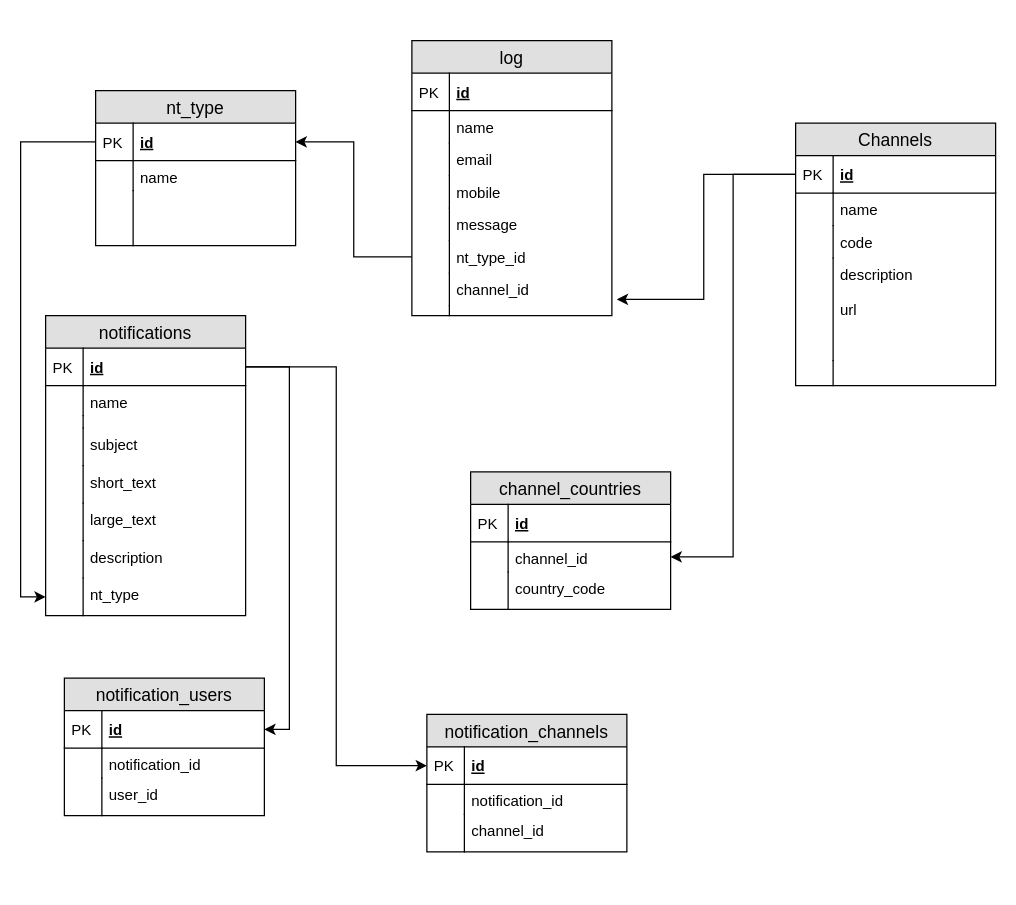
abdonor/drawings keeps this draw.io diagram as notification.drawio. Above is the earlier version. Source tidied: cells renumbered, new cells numbered last; positions are measured from the earlier drawing's top-left corner, leaving out a move shared by most shapes. Both pictures are drawn from the tidied source at 125%, with x=0, y=0 at pixel (45, 40).
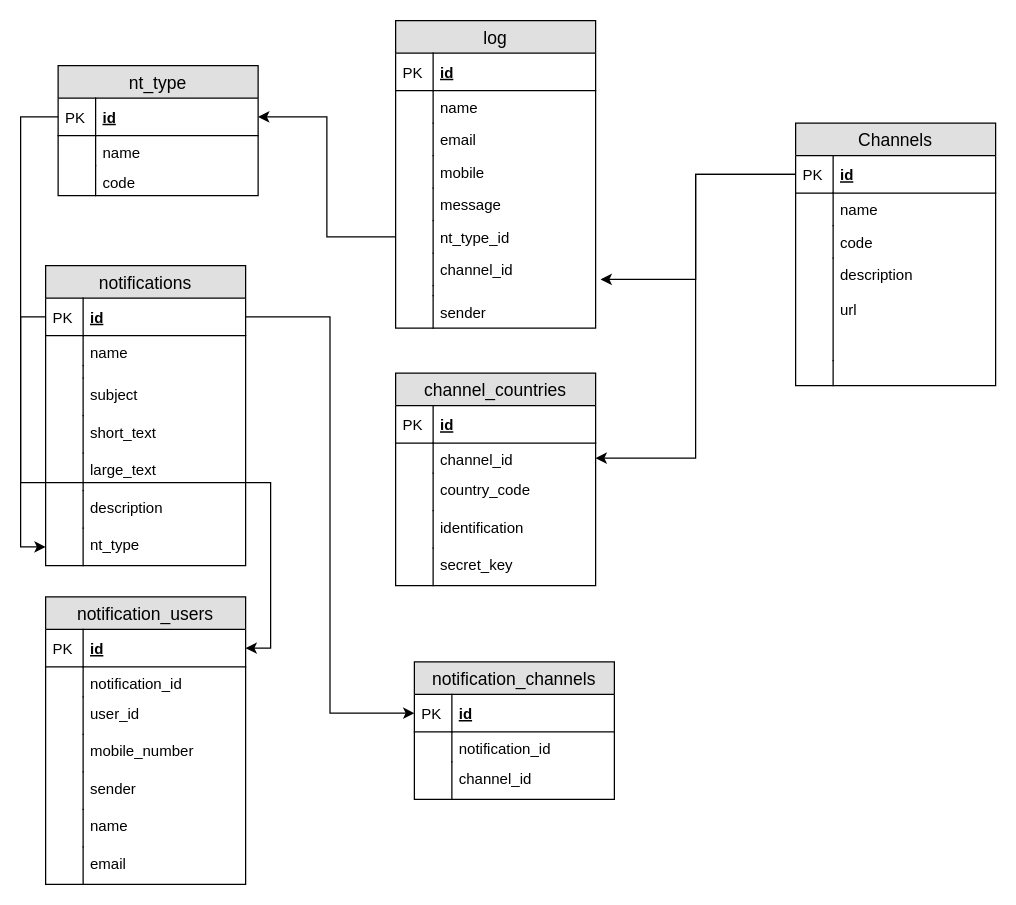
The same page after the edit.

The edit, as a diff of the source:
```diff
@@
     <mxCell id="13" value="nt_type" style="swimlane;fontStyle=0;horizontal=1;startSize=26;fillColor=#e0e0e0;swimlaneFillColor=#ffffff;align=center;fontSize=14;" parent="1" vertex="1">
-      <mxGeometry x="40" y="40" width="160" height="124" as="geometry" />
+      <mxGeometry x="10" y="20" width="160" height="104" as="geometry" />
     </mxCell>
@@
-    <mxCell id="18" style="shape=partialRectangle;top=0;left=0;right=0;bottom=0;align=left;verticalAlign=top;fillColor=none;spacingLeft=34;spacingRight=4;overflow=hidden;fontSize=12;" parent="13" vertex="1">
-      <mxGeometry y="80" width="160" height="44" as="geometry" />
-    </mxCell>
-    <mxCell id="19" style="shape=partialRectangle;top=0;left=0;bottom=0;fillColor=none;align=left;verticalAlign=top;spacingLeft=4;spacingRight=4;overflow=hidden;fontSize=12;" parent="18" vertex="1">
-      <mxGeometry width="30" height="44" as="geometry" />
-    </mxCell>
+    <mxCell id="81" value="code" style="shape=partialRectangle;top=0;left=0;right=0;bottom=0;align=left;verticalAlign=top;fillColor=none;spacingLeft=34;spacingRight=4;overflow=hidden;fontSize=12;" parent="13" vertex="1">
+      <mxGeometry y="80" width="160" height="24" as="geometry" />
+    </mxCell>
+    <mxCell id="82" style="shape=partialRectangle;top=0;left=0;bottom=0;fillColor=none;align=left;verticalAlign=top;spacingLeft=4;spacingRight=4;overflow=hidden;fontSize=12;" parent="81" vertex="1">
+      <mxGeometry width="30" height="24" as="geometry" />
+    </mxCell>
     <mxCell id="20" value="log" style="swimlane;fontStyle=0;horizontal=1;startSize=26;fillColor=#e0e0e0;swimlaneFillColor=#ffffff;align=center;fontSize=14;" parent="1" vertex="1">
-      <mxGeometry x="293" width="160" height="220" as="geometry" />
+      <mxGeometry x="280" y="-16" width="160" height="246" as="geometry" />
     </mxCell>
@@
+    <mxCell id="83" value="sender" style="shape=partialRectangle;top=0;left=0;right=0;bottom=0;align=left;verticalAlign=top;fillColor=none;spacingLeft=34;spacingRight=4;overflow=hidden;fontSize=12;" parent="20" vertex="1">
+      <mxGeometry y="220" width="160" height="26" as="geometry" />
+    </mxCell>
+    <mxCell id="84" style="shape=partialRectangle;top=0;left=0;bottom=0;fillColor=none;align=left;verticalAlign=top;spacingLeft=4;spacingRight=4;overflow=hidden;fontSize=12;" parent="83" vertex="1">
+      <mxGeometry width="30" height="26" as="geometry" />
+    </mxCell>
     <mxCell id="37" value="notifications" style="swimlane;fontStyle=0;horizontal=1;startSize=26;fillColor=#e0e0e0;swimlaneFillColor=#ffffff;align=center;fontSize=14;" parent="1" vertex="1">
-      <mxGeometry y="220" width="160" height="240" as="geometry" />
+      <mxGeometry y="180" width="160" height="240" as="geometry" />
     </mxCell>
@@
     <mxCell id="54" value="channel_countries" style="swimlane;fontStyle=0;horizontal=1;startSize=26;fillColor=#e0e0e0;swimlaneFillColor=#ffffff;align=center;fontSize=14;" parent="1" vertex="1">
-      <mxGeometry x="340" y="345" width="160" height="110" as="geometry" />
+      <mxGeometry x="280" y="266" width="160" height="170" as="geometry" />
     </mxCell>
@@
+    <mxCell id="85" value="identification" style="shape=partialRectangle;top=0;left=0;right=0;bottom=0;align=left;verticalAlign=top;fillColor=none;spacingLeft=34;spacingRight=4;overflow=hidden;fontSize=12;" parent="54" vertex="1">
+      <mxGeometry y="110" width="160" height="30" as="geometry" />
+    </mxCell>
+    <mxCell id="86" style="shape=partialRectangle;top=0;left=0;bottom=0;fillColor=none;align=left;verticalAlign=top;spacingLeft=4;spacingRight=4;overflow=hidden;fontSize=12;" parent="85" vertex="1">
+      <mxGeometry width="30" height="30" as="geometry" />
+    </mxCell>
+    <mxCell id="87" value="secret_key" style="shape=partialRectangle;top=0;left=0;right=0;bottom=0;align=left;verticalAlign=top;fillColor=none;spacingLeft=34;spacingRight=4;overflow=hidden;fontSize=12;" parent="54" vertex="1">
+      <mxGeometry y="140" width="160" height="30" as="geometry" />
+    </mxCell>
+    <mxCell id="88" style="shape=partialRectangle;top=0;left=0;bottom=0;fillColor=none;align=left;verticalAlign=top;spacingLeft=4;spacingRight=4;overflow=hidden;fontSize=12;" parent="87" vertex="1">
+      <mxGeometry width="30" height="30" as="geometry" />
+    </mxCell>
     <mxCell id="61" value="notification_channels" style="swimlane;fontStyle=0;horizontal=1;startSize=26;fillColor=#e0e0e0;swimlaneFillColor=#ffffff;align=center;fontSize=14;" parent="1" vertex="1">
-      <mxGeometry x="305" y="539" width="160" height="110" as="geometry" />
+      <mxGeometry x="295" y="497" width="160" height="110" as="geometry" />
     </mxCell>
@@
     <mxCell id="68" value="notification_users" style="swimlane;fontStyle=0;horizontal=1;startSize=26;fillColor=#e0e0e0;swimlaneFillColor=#ffffff;align=center;fontSize=14;" parent="1" vertex="1">
-      <mxGeometry x="15" y="510" width="160" height="110" as="geometry" />
+      <mxGeometry y="445" width="160" height="230" as="geometry" />
     </mxCell>
@@
+    <mxCell id="89" value="mobile_number" style="shape=partialRectangle;top=0;left=0;right=0;bottom=0;align=left;verticalAlign=top;fillColor=none;spacingLeft=34;spacingRight=4;overflow=hidden;fontSize=12;" parent="68" vertex="1">
+      <mxGeometry y="110" width="160" height="30" as="geometry" />
+    </mxCell>
+    <mxCell id="90" style="shape=partialRectangle;top=0;left=0;bottom=0;fillColor=none;align=left;verticalAlign=top;spacingLeft=4;spacingRight=4;overflow=hidden;fontSize=12;" parent="89" vertex="1">
+      <mxGeometry width="30" height="30" as="geometry" />
+    </mxCell>
+    <mxCell id="91" value="sender" style="shape=partialRectangle;top=0;left=0;right=0;bottom=0;align=left;verticalAlign=top;fillColor=none;spacingLeft=34;spacingRight=4;overflow=hidden;fontSize=12;" parent="68" vertex="1">
+      <mxGeometry y="140" width="160" height="30" as="geometry" />
+    </mxCell>
+    <mxCell id="92" style="shape=partialRectangle;top=0;left=0;bottom=0;fillColor=none;align=left;verticalAlign=top;spacingLeft=4;spacingRight=4;overflow=hidden;fontSize=12;" parent="91" vertex="1">
+      <mxGeometry width="30" height="30" as="geometry" />
+    </mxCell>
+    <mxCell id="93" value="name" style="shape=partialRectangle;top=0;left=0;right=0;bottom=0;align=left;verticalAlign=top;fillColor=none;spacingLeft=34;spacingRight=4;overflow=hidden;fontSize=12;" parent="68" vertex="1">
+      <mxGeometry y="170" width="160" height="30" as="geometry" />
+    </mxCell>
+    <mxCell id="94" style="shape=partialRectangle;top=0;left=0;bottom=0;fillColor=none;align=left;verticalAlign=top;spacingLeft=4;spacingRight=4;overflow=hidden;fontSize=12;" parent="93" vertex="1">
+      <mxGeometry width="30" height="30" as="geometry" />
+    </mxCell>
+    <mxCell id="95" value="email" style="shape=partialRectangle;top=0;left=0;right=0;bottom=0;align=left;verticalAlign=top;fillColor=none;spacingLeft=34;spacingRight=4;overflow=hidden;fontSize=12;" parent="68" vertex="1">
+      <mxGeometry y="200" width="160" height="30" as="geometry" />
+    </mxCell>
+    <mxCell id="96" style="shape=partialRectangle;top=0;left=0;bottom=0;fillColor=none;align=left;verticalAlign=top;spacingLeft=4;spacingRight=4;overflow=hidden;fontSize=12;" parent="95" vertex="1">
+      <mxGeometry width="30" height="30" as="geometry" />
+    </mxCell>
```
